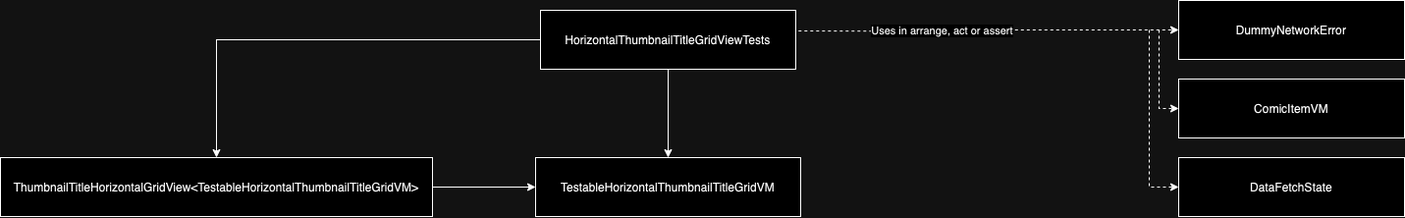
Above: MarvelSampleTests/Tests/HorizontalThumbnailTitleGridView/HorizontalThumbnailTitleGridViewTests.drawio.png in hiren9697/MavelSample (draw.io), before the change. Source tidied: cells renumbered, new cells last; positions are measured from the earlier drawing's top-left corner, leaving out a move shared by most shapes.
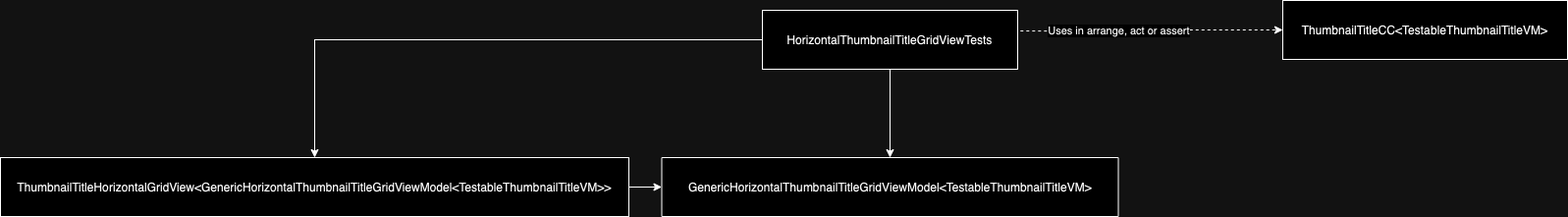
The same file after the commit.

The edit, as a diff of the source:
```diff
@@ -2,56 +2,34 @@
   <root>
     <mxCell id="0" />
     <mxCell id="1" parent="0" />
-    <mxCell id="2" style="edgeStyle=orthogonalEdgeStyle;rounded=0;jettySize=auto;html=1;entryX=0;entryY=0.5;entryDx=0;entryDy=0;dashed=1;exitX=1.02;exitY=0.184;exitDx=0;exitDy=0;exitPerimeter=0;" parent="1" edge="1" target="4">
-      <mxGeometry relative="1" as="geometry">
-        <mxPoint x="812.8" y="31" as="sourcePoint" />
-      </mxGeometry>
-    </mxCell>
+    <mxCell id="15" style="edgeStyle=orthogonalEdgeStyle;rounded=0;jettySize=auto;html=1;entryX=0;entryY=0.5;entryDx=0;entryDy=0;dashed=1;exitX=1.02;exitY=0.184;exitDx=0;exitDy=0;exitPerimeter=0;" parent="1" edge="1" target="16">
+      <mxGeometry relative="1" as="geometry">
+        <mxPoint x="812.8" y="31" as="sourcePoint" />
+      </mxGeometry>
+    </mxCell>
-    <mxCell id="3" value="Uses in arrange, act or assert" style="edgeLabel;html=1;align=center;verticalAlign=middle;" parent="2" vertex="1">
+    <mxCell id="3" value="Uses in arrange, act or assert" style="edgeLabel;html=1;align=center;verticalAlign=middle;" parent="15" vertex="1">
       <mxGeometry x="-0.25" y="1" relative="1" as="geometry" />
     </mxCell>
-    <mxCell id="4" value="DummyNetworkError" style="rounded=0;whiteSpace=wrap;html=1;" parent="1" vertex="1">
-      <mxGeometry x="1200" width="230" height="60" as="geometry" />
-    </mxCell>
-    <mxCell id="5" value="ComicItemVM" style="rounded=0;whiteSpace=wrap;html=1;" parent="1" vertex="1">
-      <mxGeometry x="1200" y="80" width="230" height="60" as="geometry" />
-    </mxCell>
-    <mxCell id="6" value="DataFetchState" style="rounded=0;whiteSpace=wrap;html=1;" parent="1" vertex="1">
-      <mxGeometry x="1200" y="160" width="230" height="60" as="geometry" />
-    </mxCell>
-    <mxCell id="7" style="endArrow=classic;html=1;rounded=0;entryX=0;entryY=0.5;entryDx=0;entryDy=0;dashed=1;" parent="1" edge="1" target="5">
-      <mxGeometry relative="1" as="geometry">
-        <mxPoint x="1180" y="30" as="sourcePoint" />
-        <Array as="points">
-          <mxPoint x="1180" y="110" />
-        </Array>
-      </mxGeometry>
-    </mxCell>
-    <mxCell id="8" style="endArrow=classic;html=1;rounded=0;entryX=0;entryY=0.5;entryDx=0;entryDy=0;dashed=1;" parent="1" edge="1" target="6">
-      <mxGeometry relative="1" as="geometry">
-        <mxPoint x="1170" y="30" as="sourcePoint" />
-        <Array as="points">
-          <mxPoint x="1170" y="190" />
-        </Array>
-      </mxGeometry>
-    </mxCell>
-    <mxCell id="9" style="edgeStyle=orthogonalEdgeStyle;rounded=0;jettySize=auto;html=1;" parent="1" edge="1" source="11" target="13">
-      <mxGeometry relative="1" as="geometry" />
-    </mxCell>
-    <mxCell id="10" style="edgeStyle=orthogonalEdgeStyle;rounded=0;jettySize=auto;html=1;entryX=0.5;entryY=0;entryDx=0;entryDy=0;" parent="1" edge="1" source="11" target="14">
-      <mxGeometry relative="1" as="geometry" />
-    </mxCell>
+    <mxCell id="16" value="ThumbnailTitleCC&amp;lt;TestableThumbnailTitleVM&amp;gt;" style="rounded=0;whiteSpace=wrap;html=1;" parent="1" vertex="1">
+      <mxGeometry x="1080" width="290" height="60" as="geometry" />
+    </mxCell>
+    <mxCell id="17" style="edgeStyle=orthogonalEdgeStyle;rounded=0;jettySize=auto;html=1;" parent="1" edge="1" source="11" target="20">
+      <mxGeometry relative="1" as="geometry" />
+    </mxCell>
+    <mxCell id="18" style="edgeStyle=orthogonalEdgeStyle;rounded=0;jettySize=auto;html=1;entryX=0.5;entryY=0;entryDx=0;entryDy=0;" parent="1" edge="1" source="11" target="21">
+      <mxGeometry relative="1" as="geometry" />
+    </mxCell>
     <mxCell id="11" value="HorizontalThumbnailTitleGridViewTests" style="rounded=0;whiteSpace=wrap;html=1;" parent="1" vertex="1">
       <mxGeometry x="550" y="10" width="260" height="60" as="geometry" />
     </mxCell>
-    <mxCell id="12" style="edgeStyle=orthogonalEdgeStyle;rounded=0;jettySize=auto;html=1;entryX=0;entryY=0.5;entryDx=0;entryDy=0;" parent="1" edge="1" source="13" target="14">
-      <mxGeometry relative="1" as="geometry" />
-    </mxCell>
-    <mxCell id="13" value="ThumbnailTitleHorizontalGridView&amp;lt;TestableHorizontalThumbnailTitleGridVM&amp;gt;" style="rounded=0;whiteSpace=wrap;html=1;" parent="1" vertex="1">
-      <mxGeometry y="160" width="440" height="60" as="geometry" />
-    </mxCell>
-    <mxCell id="14" value="TestableHorizontalThumbnailTitleGridVM" style="rounded=0;whiteSpace=wrap;html=1;" parent="1" vertex="1">
-      <mxGeometry x="545" y="160" width="270" height="60" as="geometry" />
-    </mxCell>
+    <mxCell id="19" style="edgeStyle=orthogonalEdgeStyle;rounded=0;jettySize=auto;html=1;entryX=0;entryY=0.5;entryDx=0;entryDy=0;" parent="1" edge="1" source="20" target="21">
+      <mxGeometry relative="1" as="geometry" />
+    </mxCell>
+    <mxCell id="20" value="ThumbnailTitleHorizontalGridView&amp;lt;GenericHorizontalThumbnailTitleGridViewModel&amp;lt;TestableThumbnailTitleVM&amp;gt;&amp;gt;" style="rounded=0;whiteSpace=wrap;html=1;" parent="1" vertex="1">
+      <mxGeometry x="-226" y="160" width="640" height="60" as="geometry" />
+    </mxCell>
+    <mxCell id="21" value="GenericHorizontalThumbnailTitleGridViewModel&amp;lt;TestableThumbnailTitleVM&amp;gt;" style="rounded=0;whiteSpace=wrap;html=1;" parent="1" vertex="1">
+      <mxGeometry x="447.5" y="160" width="465" height="60" as="geometry" />
+    </mxCell>
   </root>
 </mxGraphModel>
```
